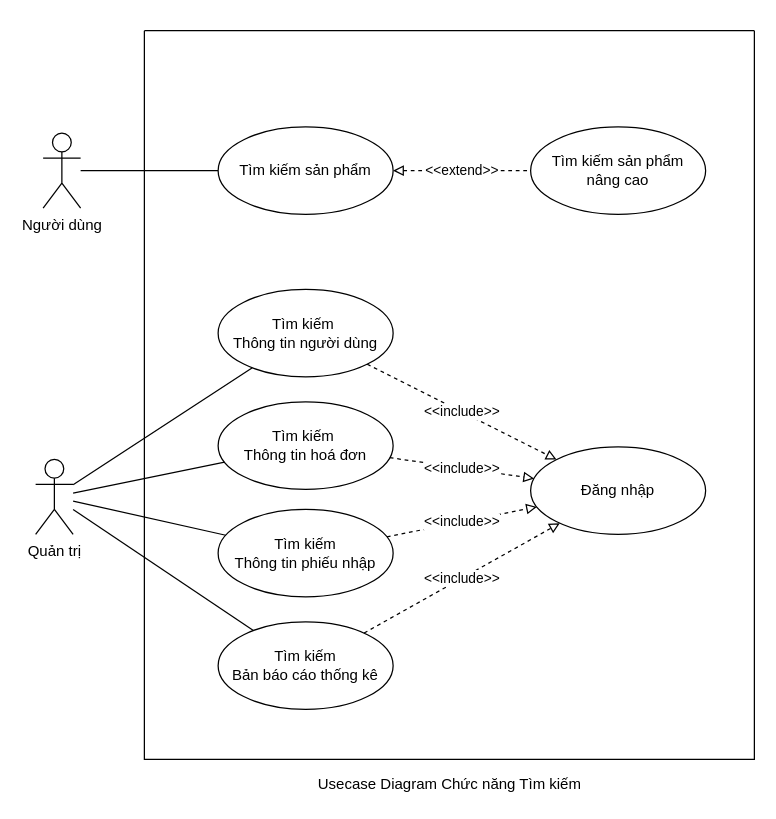
Earlier version of the draw.io diagram Nam3_HK1/CNPM_SoftTech/Usecase Diagrams/UD_3_Search.drawio (EdgarIgnite16/SGU-Course). Source tidied: cells renumbered, new cells numbered last; positions are measured from the earlier drawing's top-left corner, leaving out a move shared by most shapes. Both pictures are drawn from the tidied source at 125%, with x=0, y=0 at pixel (35, 30).
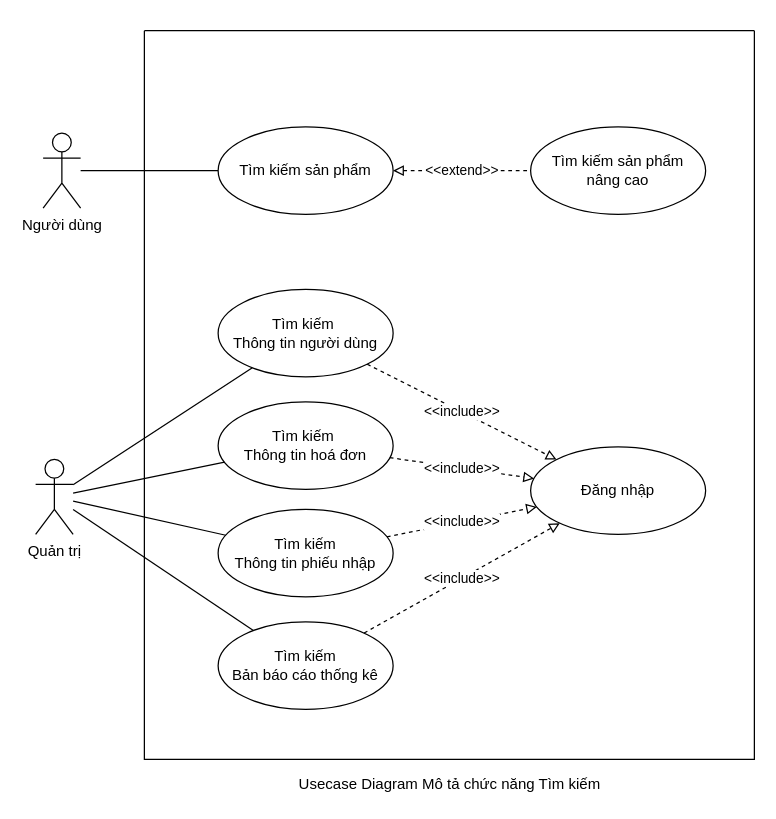
Above is the later version.

What changed in the source:
```diff
@@
-    <mxCell id="22" value="Usecase Diagram Chức năng Tìm kiếm" style="text;html=1;align=center;verticalAlign=middle;strokeColor=none;fillColor=none;" parent="1" vertex="1">
-      <mxGeometry x="216" y="593" width="230" height="20" as="geometry" />
+    <mxCell id="22" value="Usecase Diagram Mô tả chức năng Tìm kiếm" style="text;html=1;align=center;verticalAlign=middle;strokeColor=none;fillColor=none;" parent="1" vertex="1">
+      <mxGeometry x="201" y="593" width="260" height="20" as="geometry" />
     </mxCell>
```
